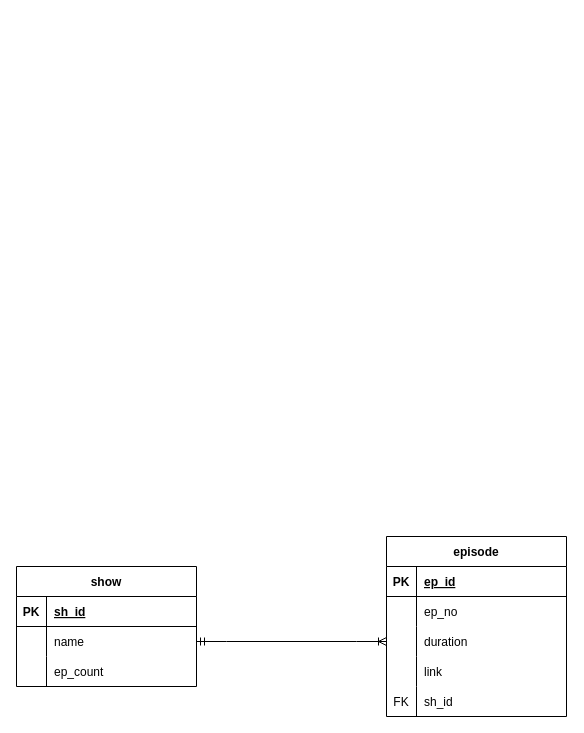
The draw.io diagram Untitled Diagram.drawio in baqir-rizavi/sad-db, before the edit. Source tidied: cells renumbered, new cells numbered last; positions are measured from the earlier drawing's top-left corner, leaving out a move shared by most shapes. Both pictures are drawn from the tidied source at 100%, with x=0, y=0 at pixel (16, 536).
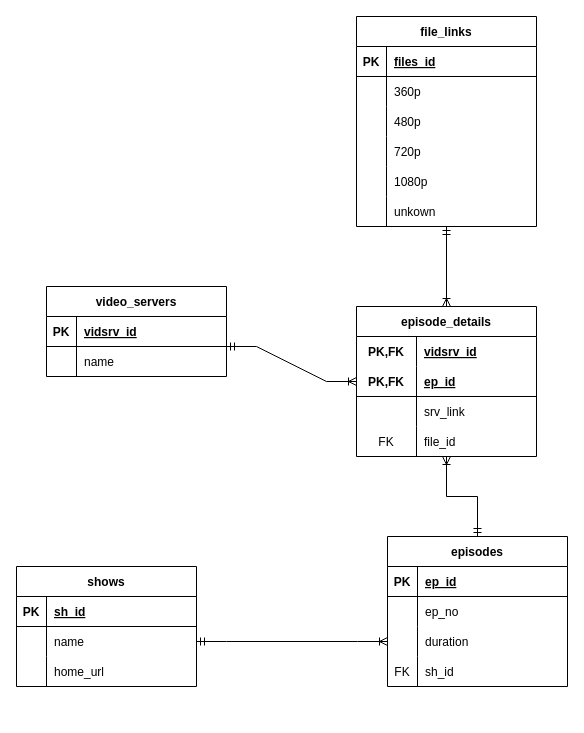
The same diagram, later.

Unchanged cells that the change refers to:
```xml
<mxCell id="9" style="shape=tableRow;horizontal=0;startSize=0;swimlaneHead=0;swimlaneBody=0;fillColor=none;top=0;left=0;right=0;bottom=0;" parent="2" vertex="1">
  <mxGeometry y="90" width="180" height="30" as="geometry" />
</mxCell>
```

What changed in the source:
```diff
@@
-    <mxCell id="2" value="show" style="shape=table;startSize=30;childLayout=tableLayout;rowLines=0;fontStyle=1;align=center;" parent="1" vertex="1">
+    <mxCell id="2" value="shows" style="shape=table;startSize=30;childLayout=tableLayout;rowLines=0;fontStyle=1;align=center;" parent="1" vertex="1">
       <mxGeometry y="30" width="180" height="120" as="geometry" />
     </mxCell>
@@
-    <mxCell id="11" value="ep_count" style="shape=partialRectangle;fillColor=none;top=0;left=0;bottom=0;right=0;align=left;spacingLeft=6;overflow=hidden;" parent="9" vertex="1">
+    <mxCell id="11" value="home_url" style="shape=partialRectangle;fillColor=none;top=0;left=0;bottom=0;right=0;align=left;spacingLeft=6;overflow=hidden;" parent="9" vertex="1">
       <mxGeometry x="30" width="150" height="30" as="geometry" />
     </mxCell>
-    <mxCell id="12" value="episode" style="shape=table;startSize=30;childLayout=tableLayout;rowLines=0;fontStyle=1;align=center;" parent="1" vertex="1">
-      <mxGeometry x="370" width="180" height="180" as="geometry" />
+    <mxCell id="12" value="episodes" style="shape=table;startSize=30;childLayout=tableLayout;rowLines=0;fontStyle=1;align=center;" parent="1" vertex="1">
+      <mxGeometry x="371" width="180" height="150" as="geometry" />
     </mxCell>
@@
-    <mxCell id="22" style="shape=tableRow;horizontal=0;startSize=0;swimlaneHead=0;swimlaneBody=0;fillColor=none;top=0;left=0;right=0;bottom=0;" parent="12" vertex="1">
-      <mxGeometry y="120" width="180" height="30" as="geometry" />
-    </mxCell>
-    <mxCell id="23" style="shape=partialRectangle;fillColor=none;top=0;left=0;bottom=0;right=0;overflow=hidden;" parent="22" vertex="1">
-      <mxGeometry width="30" height="30" as="geometry" />
-    </mxCell>
-    <mxCell id="24" value="link" style="shape=partialRectangle;fillColor=none;top=0;left=0;bottom=0;right=0;align=left;spacingLeft=6;overflow=hidden;" parent="22" vertex="1">
-      <mxGeometry x="30" width="150" height="30" as="geometry" />
-    </mxCell>
     <mxCell id="25" style="shape=tableRow;horizontal=0;startSize=0;swimlaneHead=0;swimlaneBody=0;fillColor=none;top=0;left=0;right=0;bottom=0;" parent="12" vertex="1">
-      <mxGeometry y="150" width="180" height="30" as="geometry" />
+      <mxGeometry y="120" width="180" height="30" as="geometry" />
     </mxCell>
@@
+    <mxCell id="29" value="video_servers" style="shape=table;startSize=30;childLayout=tableLayout;rowLines=0;fontStyle=1;align=center;" parent="1" vertex="1">
+      <mxGeometry x="30" y="-250" width="180" height="90" as="geometry" />
+    </mxCell>
+    <mxCell id="30" style="shape=tableRow;horizontal=0;startSize=0;swimlaneHead=0;swimlaneBody=0;fillColor=none;points=[[0,0.5],[1,0.5]];portConstraint=eastwest;top=0;left=0;right=0;bottom=1;" parent="29" vertex="1">
+      <mxGeometry y="30" width="180" height="30" as="geometry" />
+    </mxCell>
+    <mxCell id="31" value="PK" style="shape=partialRectangle;fillColor=none;top=0;left=0;bottom=0;right=0;fontStyle=1;overflow=hidden;" parent="30" vertex="1">
+      <mxGeometry width="30" height="30" as="geometry" />
+    </mxCell>
+    <mxCell id="32" value="vidsrv_id" style="shape=partialRectangle;fillColor=none;top=0;left=0;bottom=0;right=0;align=left;spacingLeft=6;fontStyle=5;overflow=hidden;" parent="30" vertex="1">
+      <mxGeometry x="30" width="150" height="30" as="geometry" />
+    </mxCell>
+    <mxCell id="33" style="shape=tableRow;horizontal=0;startSize=0;swimlaneHead=0;swimlaneBody=0;fillColor=none;top=0;left=0;right=0;bottom=0;" parent="29" vertex="1">
+      <mxGeometry y="60" width="180" height="30" as="geometry" />
+    </mxCell>
+    <mxCell id="34" style="shape=partialRectangle;fillColor=none;top=0;left=0;bottom=0;right=0;overflow=hidden;" parent="33" vertex="1">
+      <mxGeometry width="30" height="30" as="geometry" />
+    </mxCell>
+    <mxCell id="35" value="name" style="shape=partialRectangle;fillColor=none;top=0;left=0;bottom=0;right=0;align=left;spacingLeft=6;overflow=hidden;" parent="33" vertex="1">
+      <mxGeometry x="30" width="150" height="30" as="geometry" />
+    </mxCell>
+    <mxCell id="36" value="episode_details" style="shape=table;startSize=30;childLayout=tableLayout;rowLines=0;fontStyle=1;align=center;" parent="1" vertex="1">
+      <mxGeometry x="340" y="-230" width="180" height="150" as="geometry" />
+    </mxCell>
+    <mxCell id="37" style="shape=tableRow;horizontal=0;startSize=0;swimlaneHead=0;swimlaneBody=0;fillColor=none;top=0;left=0;right=0;bottom=0;" parent="36" vertex="1">
+      <mxGeometry y="30" width="180" height="30" as="geometry" />
+    </mxCell>
+    <mxCell id="38" value="PK,FK" style="shape=partialRectangle;fillColor=none;top=0;left=0;bottom=0;right=0;fontStyle=1;overflow=hidden;" parent="37" vertex="1">
+      <mxGeometry width="60" height="30" as="geometry" />
+    </mxCell>
+    <mxCell id="39" value="vidsrv_id" style="shape=partialRectangle;fillColor=none;top=0;left=0;bottom=0;right=0;align=left;spacingLeft=6;fontStyle=5;overflow=hidden;" parent="37" vertex="1">
+      <mxGeometry x="60" width="120" height="30" as="geometry" />
+    </mxCell>
+    <mxCell id="40" style="shape=tableRow;horizontal=0;startSize=0;swimlaneHead=0;swimlaneBody=0;fillColor=none;points=[[0,0.5],[1,0.5]];portConstraint=eastwest;top=0;left=0;right=0;bottom=1;" parent="36" vertex="1">
+      <mxGeometry y="60" width="180" height="30" as="geometry" />
+    </mxCell>
+    <mxCell id="41" value="PK,FK" style="shape=partialRectangle;fillColor=none;top=0;left=0;bottom=0;right=0;fontStyle=1;overflow=hidden;" parent="40" vertex="1">
+      <mxGeometry width="60" height="30" as="geometry" />
+    </mxCell>
+    <mxCell id="42" value="ep_id" style="shape=partialRectangle;fillColor=none;top=0;left=0;bottom=0;right=0;align=left;spacingLeft=6;fontStyle=5;overflow=hidden;" parent="40" vertex="1">
+      <mxGeometry x="60" width="120" height="30" as="geometry" />
+    </mxCell>
+    <mxCell id="43" style="shape=tableRow;horizontal=0;startSize=0;swimlaneHead=0;swimlaneBody=0;fillColor=none;top=0;left=0;right=0;bottom=0;" parent="36" vertex="1">
+      <mxGeometry y="90" width="180" height="30" as="geometry" />
+    </mxCell>
+    <mxCell id="44" style="shape=partialRectangle;fillColor=none;top=0;left=0;bottom=0;right=0;overflow=hidden;" parent="43" vertex="1">
+      <mxGeometry width="60" height="30" as="geometry" />
+    </mxCell>
+    <mxCell id="45" value="srv_link" style="shape=partialRectangle;fillColor=none;top=0;left=0;bottom=0;right=0;align=left;spacingLeft=6;overflow=hidden;" parent="43" vertex="1">
+      <mxGeometry x="60" width="120" height="30" as="geometry" />
+    </mxCell>
+    <mxCell id="46" style="shape=tableRow;horizontal=0;startSize=0;swimlaneHead=0;swimlaneBody=0;fillColor=none;top=0;left=0;right=0;bottom=0;" parent="36" vertex="1">
+      <mxGeometry y="120" width="180" height="30" as="geometry" />
+    </mxCell>
+    <mxCell id="47" value="FK" style="shape=partialRectangle;fillColor=none;top=0;left=0;bottom=0;right=0;overflow=hidden;" parent="46" vertex="1">
+      <mxGeometry width="60" height="30" as="geometry" />
+    </mxCell>
+    <mxCell id="48" value="file_id" style="shape=partialRectangle;fillColor=none;top=0;left=0;bottom=0;right=0;align=left;spacingLeft=6;overflow=hidden;" parent="46" vertex="1">
+      <mxGeometry x="60" width="120" height="30" as="geometry" />
+    </mxCell>
+    <mxCell id="49" value="file_links" style="shape=table;startSize=30;childLayout=tableLayout;rowLines=0;fontStyle=1;align=center;" parent="1" vertex="1">
+      <mxGeometry x="340" y="-520" width="180" height="210" as="geometry" />
+    </mxCell>
+    <mxCell id="50" style="shape=tableRow;horizontal=0;startSize=0;swimlaneHead=0;swimlaneBody=0;fillColor=none;top=0;left=0;right=0;bottom=1;" parent="49" vertex="1">
+      <mxGeometry y="30" width="180" height="30" as="geometry" />
+    </mxCell>
+    <mxCell id="51" value="PK" style="shape=partialRectangle;fillColor=none;top=0;left=0;bottom=0;right=0;fontStyle=1;overflow=hidden;" parent="50" vertex="1">
+      <mxGeometry width="30" height="30" as="geometry" />
+    </mxCell>
+    <mxCell id="52" value="files_id" style="shape=partialRectangle;fillColor=none;top=0;left=0;bottom=0;right=0;align=left;spacingLeft=6;fontStyle=5;overflow=hidden;" parent="50" vertex="1">
+      <mxGeometry x="30" width="150" height="30" as="geometry" />
+    </mxCell>
+    <mxCell id="53" style="shape=tableRow;horizontal=0;startSize=0;swimlaneHead=0;swimlaneBody=0;fillColor=none;top=0;left=0;right=0;bottom=0;" parent="49" vertex="1">
+      <mxGeometry y="60" width="180" height="30" as="geometry" />
+    </mxCell>
+    <mxCell id="54" style="shape=partialRectangle;fillColor=none;top=0;left=0;bottom=0;right=0;overflow=hidden;" parent="53" vertex="1">
+      <mxGeometry width="30" height="30" as="geometry" />
+    </mxCell>
+    <mxCell id="55" value="360p" style="shape=partialRectangle;fillColor=none;top=0;left=0;bottom=0;right=0;align=left;spacingLeft=6;overflow=hidden;" parent="53" vertex="1">
+      <mxGeometry x="30" width="150" height="30" as="geometry" />
+    </mxCell>
+    <mxCell id="56" style="shape=tableRow;horizontal=0;startSize=0;swimlaneHead=0;swimlaneBody=0;fillColor=none;top=0;left=0;right=0;bottom=0;" parent="49" vertex="1">
+      <mxGeometry y="90" width="180" height="30" as="geometry" />
+    </mxCell>
+    <mxCell id="57" style="shape=partialRectangle;fillColor=none;top=0;left=0;bottom=0;right=0;overflow=hidden;" parent="56" vertex="1">
+      <mxGeometry width="30" height="30" as="geometry" />
+    </mxCell>
+    <mxCell id="58" value="480p" style="shape=partialRectangle;fillColor=none;top=0;left=0;bottom=0;right=0;align=left;spacingLeft=6;overflow=hidden;" parent="56" vertex="1">
+      <mxGeometry x="30" width="150" height="30" as="geometry" />
+    </mxCell>
+    <mxCell id="59" style="shape=tableRow;horizontal=0;startSize=0;swimlaneHead=0;swimlaneBody=0;fillColor=none;top=0;left=0;right=0;bottom=0;" parent="49" vertex="1">
+      <mxGeometry y="120" width="180" height="30" as="geometry" />
+    </mxCell>
+    <mxCell id="60" style="shape=partialRectangle;fillColor=none;top=0;left=0;bottom=0;right=0;overflow=hidden;" parent="59" vertex="1">
+      <mxGeometry width="30" height="30" as="geometry" />
+    </mxCell>
+    <mxCell id="61" value="720p" style="shape=partialRectangle;fillColor=none;top=0;left=0;bottom=0;right=0;align=left;spacingLeft=6;overflow=hidden;" parent="59" vertex="1">
+      <mxGeometry x="30" width="150" height="30" as="geometry" />
+    </mxCell>
+    <mxCell id="62" style="shape=tableRow;horizontal=0;startSize=0;swimlaneHead=0;swimlaneBody=0;fillColor=none;top=0;left=0;right=0;bottom=0;" parent="49" vertex="1">
+      <mxGeometry y="150" width="180" height="30" as="geometry" />
+    </mxCell>
+    <mxCell id="63" style="shape=partialRectangle;fillColor=none;top=0;left=0;bottom=0;right=0;overflow=hidden;" parent="62" vertex="1">
+      <mxGeometry width="30" height="30" as="geometry" />
+    </mxCell>
+    <mxCell id="64" value="1080p" style="shape=partialRectangle;fillColor=none;top=0;left=0;bottom=0;right=0;align=left;spacingLeft=6;overflow=hidden;" parent="62" vertex="1">
+      <mxGeometry x="30" width="150" height="30" as="geometry" />
+    </mxCell>
+    <mxCell id="65" style="shape=tableRow;horizontal=0;startSize=0;swimlaneHead=0;swimlaneBody=0;fillColor=none;top=0;left=0;right=0;bottom=0;" parent="49" vertex="1">
+      <mxGeometry y="180" width="180" height="30" as="geometry" />
+    </mxCell>
+    <mxCell id="66" style="shape=partialRectangle;fillColor=none;top=0;left=0;bottom=0;right=0;overflow=hidden;" parent="65" vertex="1">
+      <mxGeometry width="30" height="30" as="geometry" />
+    </mxCell>
+    <mxCell id="67" value="unkown" style="shape=partialRectangle;fillColor=none;top=0;left=0;bottom=0;right=0;align=left;spacingLeft=6;overflow=hidden;" parent="65" vertex="1">
+      <mxGeometry x="30" width="150" height="30" as="geometry" />
+    </mxCell>
+    <mxCell id="68" style="edgeStyle=entityRelationEdgeStyle;fontSize=12;html=1;endArrow=ERoneToMany;startArrow=ERmandOne;rounded=0;exitX=1;exitY=1;exitDx=0;exitDy=0;entryX=0;entryY=0.5;entryDx=0;entryDy=0;exitPerimeter=0;fontStyle=1;" parent="1" edge="1" source="30" target="40">
+      <mxGeometry relative="1" as="geometry" />
+    </mxCell>
+    <mxCell id="69" style="edgeStyle=orthogonalEdgeStyle;fontSize=12;html=1;endArrow=ERoneToMany;startArrow=ERmandOne;rounded=0;fontStyle=1;" parent="1" edge="1" source="12" target="36">
+      <mxGeometry relative="1" as="geometry" />
+    </mxCell>
+    <mxCell id="70" style="edgeStyle=orthogonalEdgeStyle;fontSize=12;html=1;endArrow=ERoneToMany;startArrow=ERmandOne;rounded=0;exitX=0.5;exitY=1;exitDx=0;exitDy=0;entryX=0.5;entryY=0;entryDx=0;entryDy=0;fontStyle=1;" parent="1" edge="1" source="49" target="36">
+      <mxGeometry relative="1" as="geometry" />
+    </mxCell>
```
